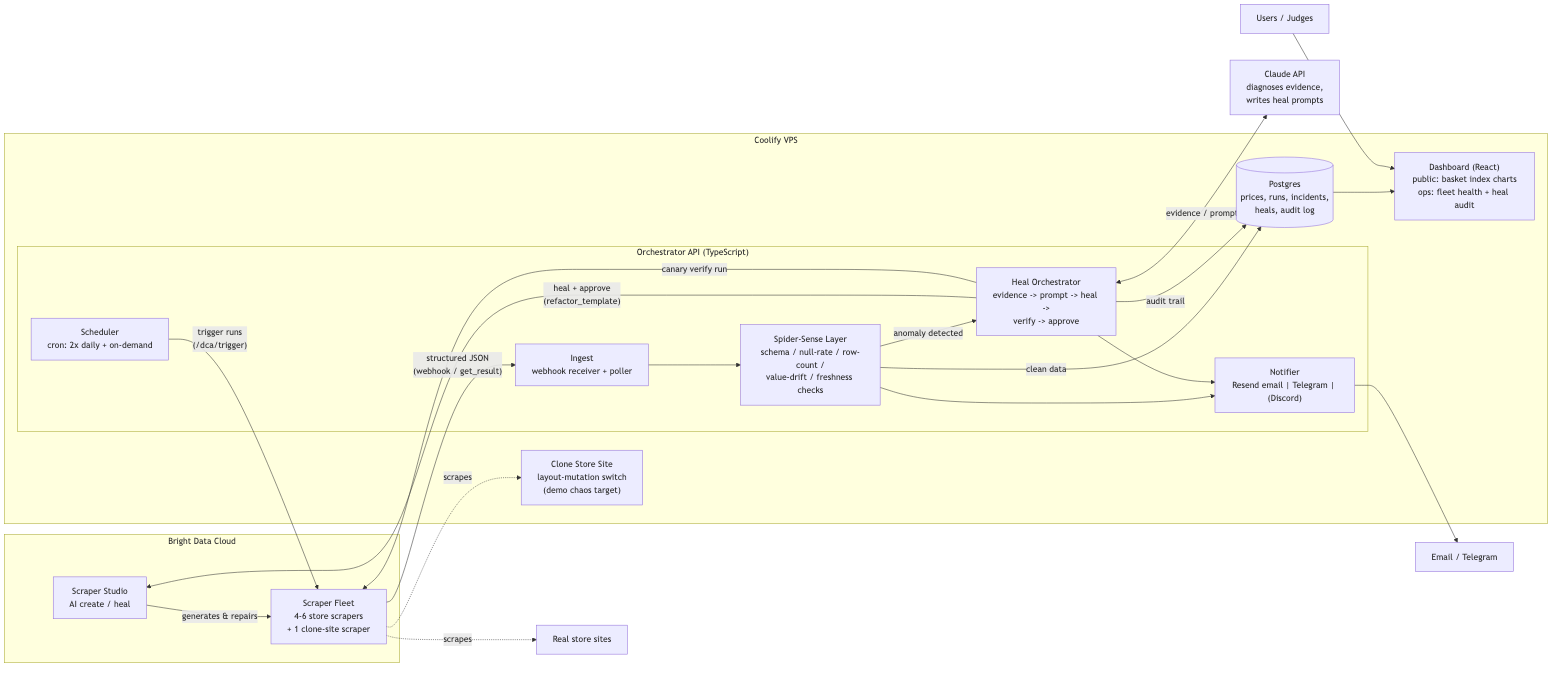
This is docs/diagrams/system-architecture.png from spencerjireh/basketwatch, a Mermaid export, as it was before one commit. Its source is kept beside it as docs/diagrams/system-architecture.mmd.
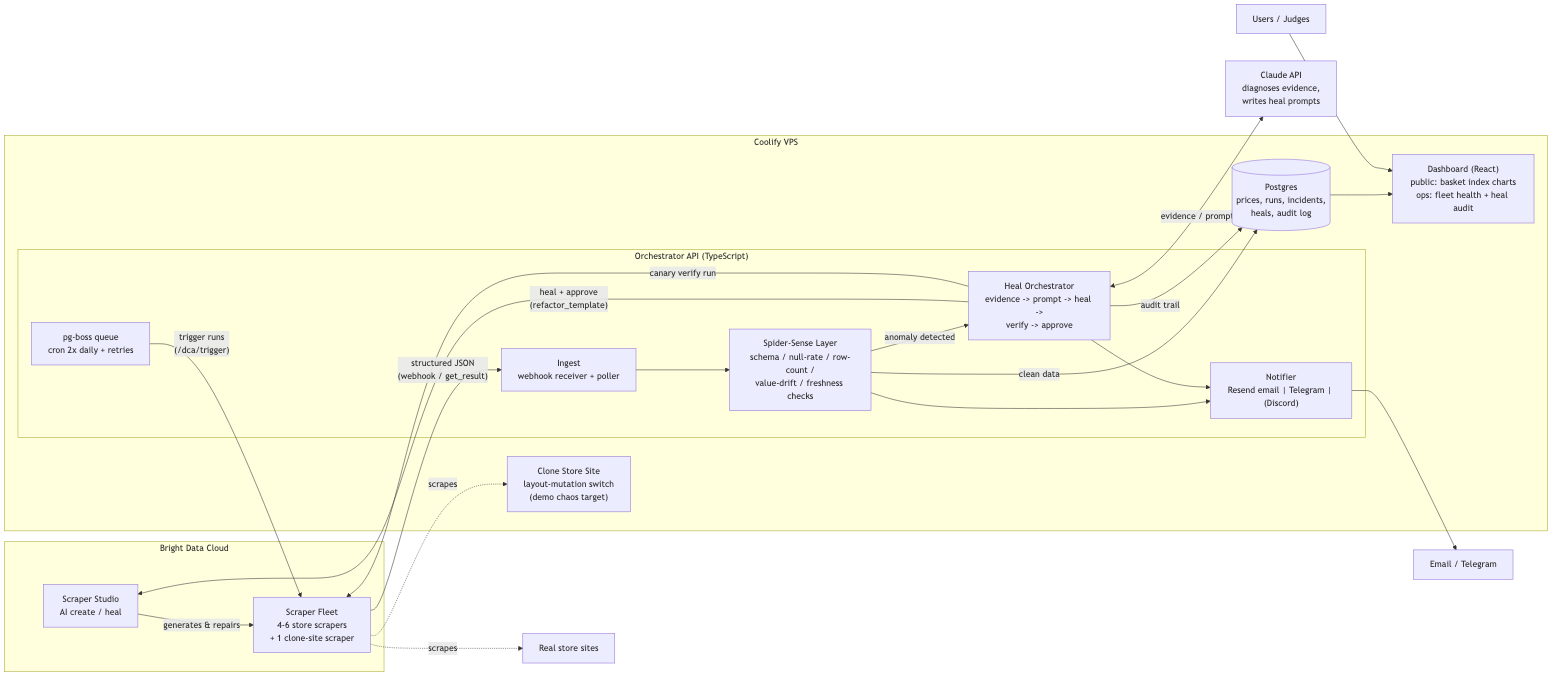
The same diagram one commit later.

Diff of the diagram source:
```diff
@@ -7,7 +7,7 @@
 
     subgraph VPS["Coolify VPS"]
         subgraph API["Orchestrator API (TypeScript)"]
-            SCHED["Scheduler<br/>cron: 2x daily + on-demand"]
+            SCHED["pg-boss queue<br/>cron 2x daily + retries"]
             INGEST["Ingest<br/>webhook receiver + poller"]
             SENSE["Spider-Sense Layer<br/>schema / null-rate / row-count /<br/>value-drift / freshness checks"]
             HEAL["Heal Orchestrator<br/>evidence -> prompt -> heal -><br/>verify -> approve"]
```
